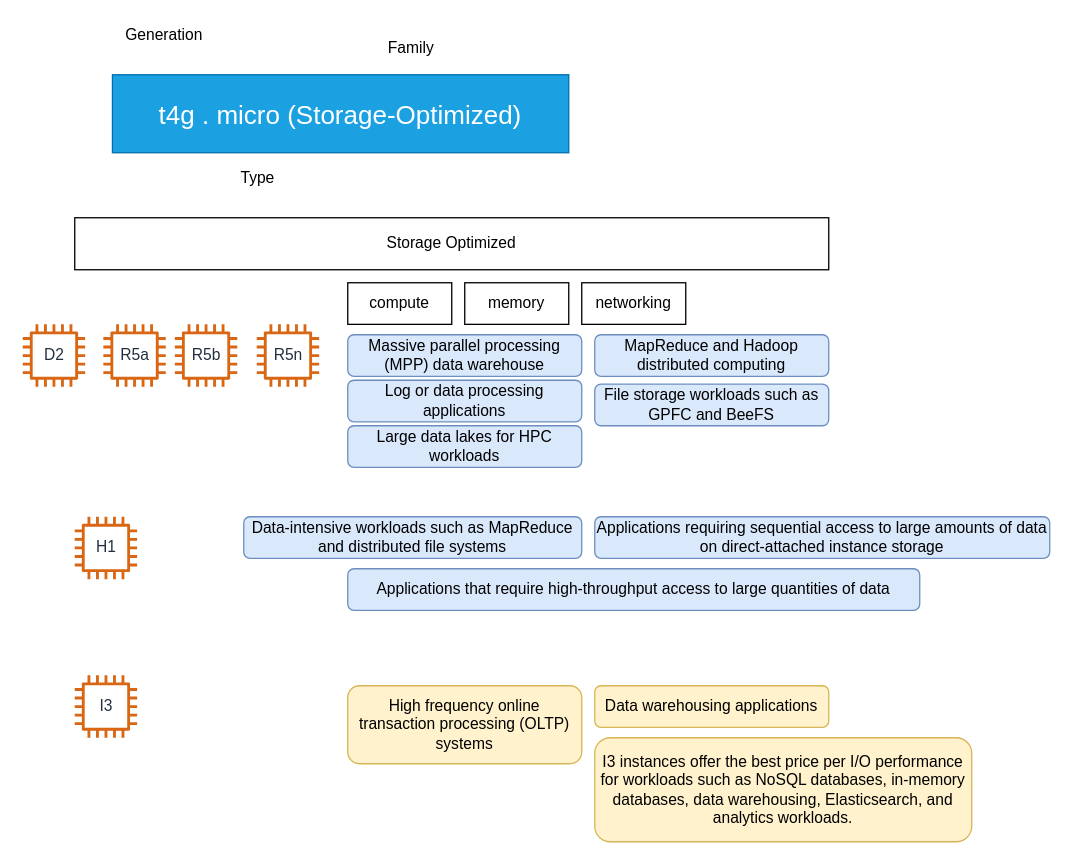
Earlier version of the draw.io diagram page "Storage-Optimized" (5 of 8) of terraform-tutorials/ec2-masterclass/diagrams/ec2-masterclass.drawio (djvruio/aws-saa-labs). Source tidied: cells renumbered, new cells numbered last; positions are measured from the earlier drawing's top-left corner, leaving out a move shared by most shapes. Both pictures are drawn from the tidied source at 130%, with x=0, y=0 at pixel (22, 22).
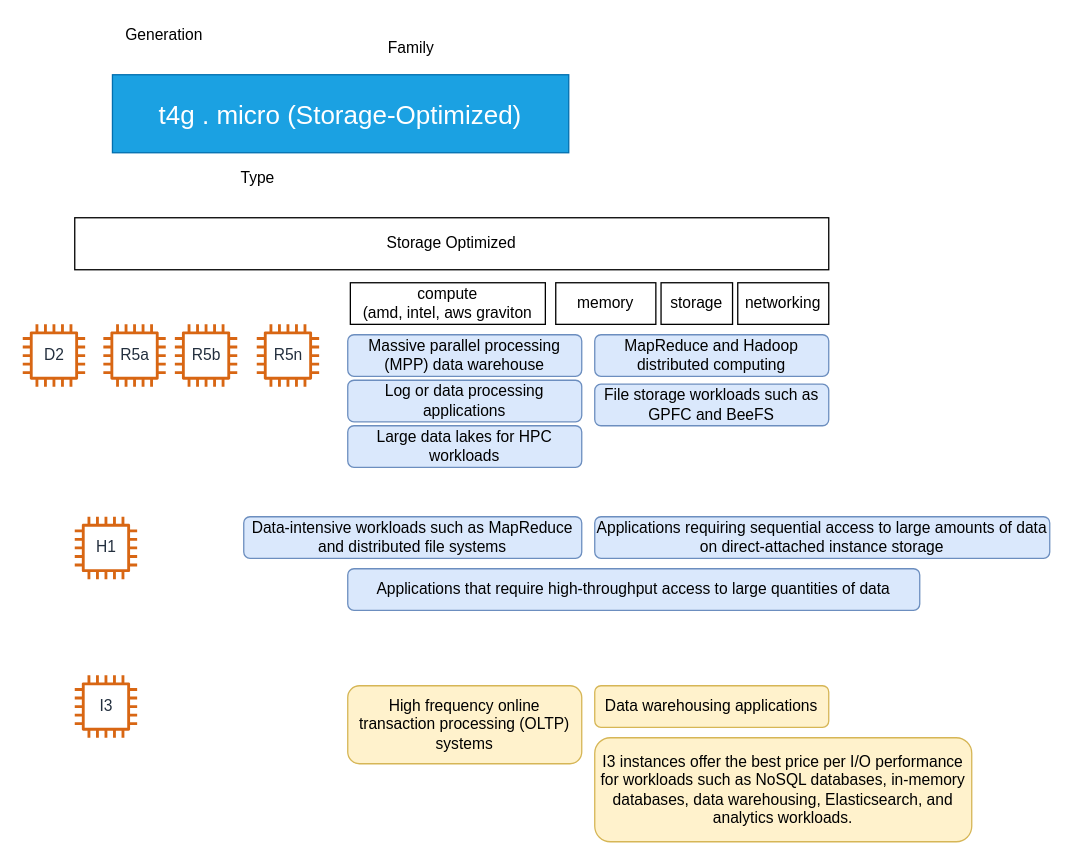
After the change.

Diff of the diagram source:
```diff
@@
-    <mxCell id="2" value="compute" style="rounded=0;whiteSpace=wrap;html=1;" parent="1" vertex="1">
-      <mxGeometry x="250" y="200" width="80" height="32" as="geometry" />
-    </mxCell>
-    <mxCell id="3" value="memory" style="rounded=0;whiteSpace=wrap;html=1;" parent="1" vertex="1">
-      <mxGeometry x="340" y="200" width="80" height="32" as="geometry" />
-    </mxCell>
-    <mxCell id="4" value="networking" style="rounded=0;whiteSpace=wrap;html=1;" parent="1" vertex="1">
-      <mxGeometry x="430" y="200" width="80" height="32" as="geometry" />
-    </mxCell>
@@
+    <mxCell id="27" value="compute&lt;br&gt;(amd, intel, aws graviton" style="rounded=0;whiteSpace=wrap;html=1;" parent="1" vertex="1">
+      <mxGeometry x="252" y="200" width="150" height="32" as="geometry" />
+    </mxCell>
+    <mxCell id="3" value="memory" style="rounded=0;whiteSpace=wrap;html=1;" parent="1" vertex="1">
+      <mxGeometry x="410" y="200" width="77" height="32" as="geometry" />
+    </mxCell>
+    <mxCell id="28" value="storage" style="rounded=0;whiteSpace=wrap;html=1;" parent="1" vertex="1">
+      <mxGeometry x="491" y="200" width="55" height="32" as="geometry" />
+    </mxCell>
+    <mxCell id="4" value="networking" style="rounded=0;whiteSpace=wrap;html=1;" parent="1" vertex="1">
+      <mxGeometry x="550" y="200" width="70" height="32" as="geometry" />
+    </mxCell>
```
